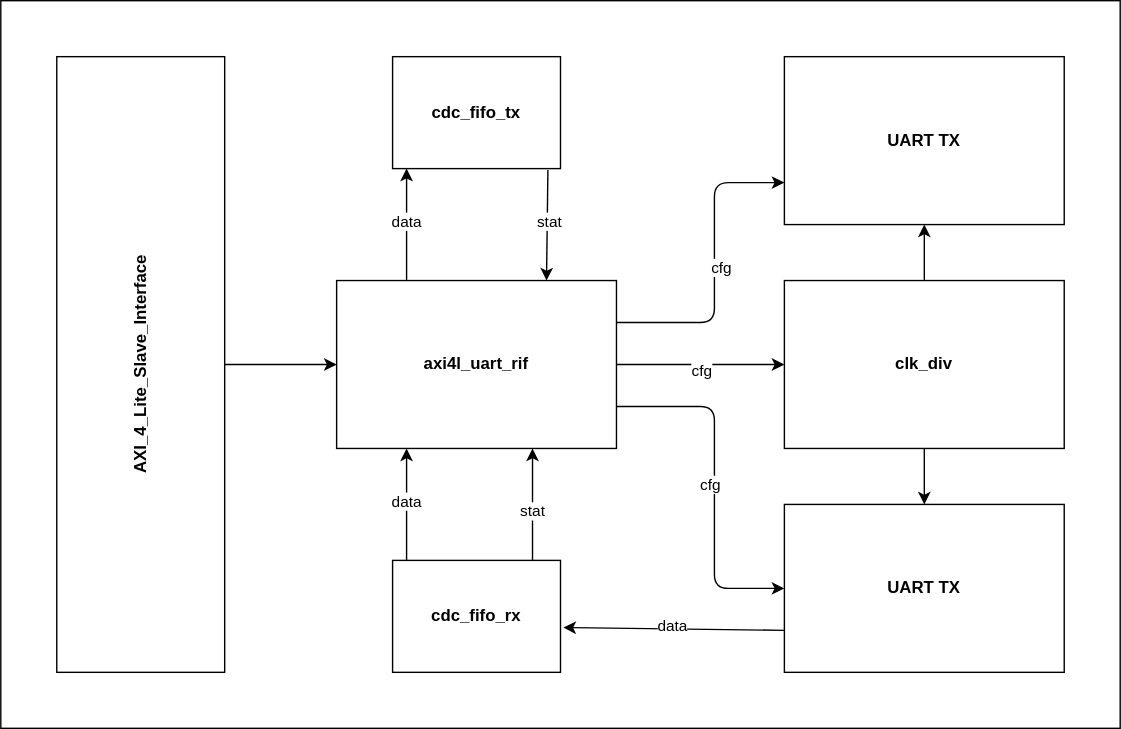
The draw.io diagram document/uart_subsystem_topview.svg in ADN-VLSI/SC-SoC, before a commit. Source tidied: cells renumbered, new cells last; positions are measured from the earlier drawing's top-left corner, leaving out a move shared by most shapes.
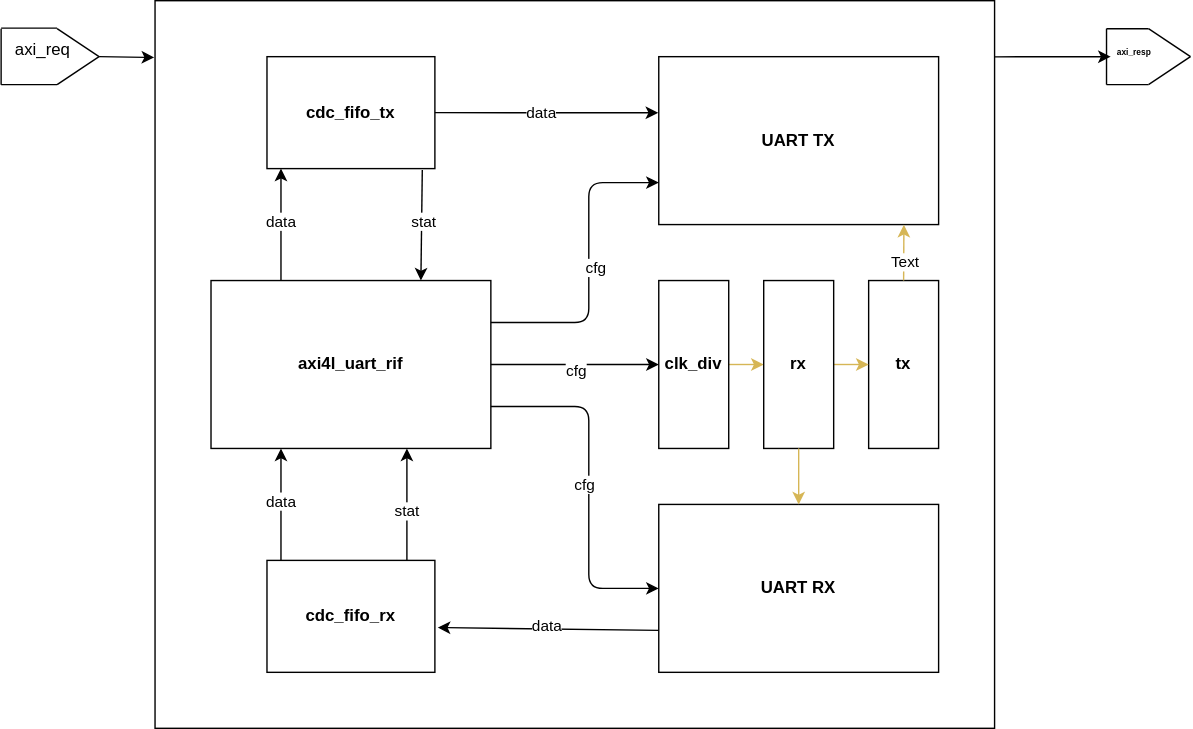
Above is the later version.

Diff of the diagram source:
```diff
@@ -2,15 +2,9 @@
   <root>
     <mxCell id="0" />
     <mxCell id="1" parent="0" />
-    <mxCell id="2" style="rounded=0;whiteSpace=wrap;html=1;" parent="1" vertex="1">
-      <mxGeometry width="800" height="520" as="geometry" />
-    </mxCell>
-    <mxCell id="3" style="edgeStyle=none;html=1;" parent="1" edge="1" source="4" target="5">
-      <mxGeometry relative="1" as="geometry" />
-    </mxCell>
-    <mxCell id="4" style="rounded=0;whiteSpace=wrap;html=1;direction=west;flipH=1;flipV=1;" parent="1" vertex="1">
-      <mxGeometry x="40" y="40" width="120" height="440" as="geometry" />
-    </mxCell>
+    <mxCell id="30" style="rounded=0;whiteSpace=wrap;html=1;" parent="1" vertex="1">
+      <mxGeometry x="200" width="600" height="520" as="geometry" />
+    </mxCell>
     <mxCell id="5" value="&lt;b&gt;axi4l_uart_rif&lt;/b&gt;" style="rounded=0;whiteSpace=wrap;html=1;" parent="1" vertex="1">
       <mxGeometry x="240" y="200" width="200" height="120" as="geometry" />
     </mxCell>
@@ -20,17 +14,17 @@
     <mxCell id="7" value="&lt;b&gt;UART TX&lt;/b&gt;" style="rounded=0;whiteSpace=wrap;html=1;" parent="1" vertex="1">
       <mxGeometry x="560" y="40" width="200" height="120" as="geometry" />
     </mxCell>
-    <mxCell id="8" value="&lt;b&gt;AXI_4_Lite_Slave_Interface&lt;/b&gt;" style="text;html=1;align=center;verticalAlign=middle;whiteSpace=wrap;rounded=0;rotation=270;" parent="1" vertex="1">
-      <mxGeometry x="70" y="245" width="60" height="30" as="geometry" />
-    </mxCell>
     <mxCell id="9" value="&lt;b&gt;cdc_fifo_rx&lt;/b&gt;" style="rounded=0;whiteSpace=wrap;html=1;direction=south;" parent="1" vertex="1">
       <mxGeometry x="280" y="400" width="120" height="80" as="geometry" />
     </mxCell>
-    <mxCell id="10" value="&lt;b&gt;UART TX&lt;/b&gt;" style="rounded=0;whiteSpace=wrap;html=1;" parent="1" vertex="1">
+    <mxCell id="10" value="&lt;b&gt;UART RX&lt;/b&gt;" style="rounded=0;whiteSpace=wrap;html=1;" parent="1" vertex="1">
       <mxGeometry x="560" y="360" width="200" height="120" as="geometry" />
     </mxCell>
+    <mxCell id="31" style="edgeStyle=none;html=1;fillColor=#fff2cc;strokeColor=#d6b656;" parent="1" edge="1" source="11" target="36">
+      <mxGeometry relative="1" as="geometry" />
+    </mxCell>
     <mxCell id="11" value="&lt;b&gt;clk_div&lt;/b&gt;" style="rounded=0;whiteSpace=wrap;html=1;" parent="1" vertex="1">
-      <mxGeometry x="560" y="200" width="200" height="120" as="geometry" />
+      <mxGeometry x="560" y="200" width="50" height="120" as="geometry" />
     </mxCell>
     <mxCell id="12" style="endArrow=classic;html=1;exitX=0.25;exitY=0;exitDx=0;exitDy=0;" parent="1" edge="1" source="5">
       <mxGeometry relative="1" as="geometry">
@@ -93,17 +87,118 @@
     <mxCell id="25" value="cfg" style="edgeLabel;html=1;align=center;verticalAlign=middle;" parent="24" vertex="1">
       <mxGeometry y="-4" relative="1" as="geometry" />
     </mxCell>
-    <mxCell id="26" style="endArrow=classic;html=1;entryX=0.5;entryY=0;entryDx=0;entryDy=0;exitX=0.5;exitY=1;exitDx=0;exitDy=0;" parent="1" edge="1" source="11" target="10">
-      <mxGeometry relative="1" as="geometry" />
-    </mxCell>
-    <mxCell id="27" style="endArrow=classic;html=1;exitX=0.5;exitY=0;exitDx=0;exitDy=0;entryX=0.5;entryY=1;entryDx=0;entryDy=0;" parent="1" edge="1" source="11" target="7">
-      <mxGeometry relative="1" as="geometry" />
-    </mxCell>
     <mxCell id="28" style="endArrow=classic;html=1;exitX=0;exitY=0.75;exitDx=0;exitDy=0;entryX=0.6;entryY=-0.017;entryDx=0;entryDy=0;entryPerimeter=0;" parent="1" edge="1" source="10" target="9">
       <mxGeometry relative="1" as="geometry" />
     </mxCell>
     <mxCell id="29" value="data" style="edgeLabel;html=1;align=center;verticalAlign=middle;" parent="28" vertex="1">
       <mxGeometry x="0.03" y="-2" relative="1" as="geometry" />
     </mxCell>
+    <mxCell id="32" style="endArrow=classic;html=1;exitX=0.5;exitY=0;exitDx=0;exitDy=0;entryX=-0.002;entryY=0.334;entryDx=0;entryDy=0;entryPerimeter=0;" parent="1" edge="1" source="6" target="7">
+      <mxGeometry relative="1" as="geometry" />
+    </mxCell>
+    <mxCell id="33" value="data" style="edgeLabel;html=1;align=center;verticalAlign=middle;" parent="32" vertex="1">
+      <mxGeometry x="-0.06" y="1" relative="1" as="geometry" />
+    </mxCell>
+    <mxCell id="34" value="&lt;b&gt;tx&lt;/b&gt;" style="rounded=0;whiteSpace=wrap;html=1;" parent="1" vertex="1">
+      <mxGeometry x="710" y="200" width="50" height="120" as="geometry" />
+    </mxCell>
+    <mxCell id="35" style="edgeStyle=none;html=1;fillColor=#fff2cc;strokeColor=#d6b656;" parent="1" edge="1" source="36" target="34">
+      <mxGeometry relative="1" as="geometry" />
+    </mxCell>
+    <mxCell id="36" value="&lt;b&gt;rx&lt;/b&gt;" style="rounded=0;whiteSpace=wrap;html=1;" parent="1" vertex="1">
+      <mxGeometry x="635" y="200" width="50" height="120" as="geometry" />
+    </mxCell>
+    <mxCell id="37" style="endArrow=classic;html=1;exitX=0.5;exitY=0;exitDx=0;exitDy=0;entryX=0.892;entryY=0.308;entryDx=0;entryDy=0;entryPerimeter=0;fillColor=#fff2cc;strokeColor=#d6b656;" parent="1" edge="1" source="34" target="30">
+      <mxGeometry relative="1" as="geometry" />
+    </mxCell>
+    <mxCell id="38" value="Text" style="edgeLabel;html=1;align=center;verticalAlign=middle;" parent="37" vertex="1">
+      <mxGeometry x="-0.3" relative="1" as="geometry" />
+    </mxCell>
+    <mxCell id="39" style="endArrow=classic;html=1;exitX=0.5;exitY=1;exitDx=0;exitDy=0;entryX=0.5;entryY=0;entryDx=0;entryDy=0;fillColor=#fff2cc;strokeColor=#d6b656;" parent="1" edge="1" source="36" target="10">
+      <mxGeometry relative="1" as="geometry" />
+    </mxCell>
+    <mxCell id="40" style="endArrow=classic;html=1;entryX=-0.001;entryY=0.078;entryDx=0;entryDy=0;entryPerimeter=0;" parent="1" edge="1" target="30">
+      <mxGeometry relative="1" as="geometry">
+        <mxPoint x="160" y="40" as="sourcePoint" />
+      </mxGeometry>
+    </mxCell>
+    <mxCell id="41" value="axi_req" style="text;html=1;align=center;verticalAlign=middle;whiteSpace=wrap;rounded=0;" parent="1" vertex="1">
+      <mxGeometry x="90" y="15" width="60" height="40" as="geometry" />
+    </mxCell>
+    <mxCell id="42" style="endArrow=none;html=1;exitX=0;exitY=1;exitDx=0;exitDy=0;entryX=0;entryY=0;entryDx=0;entryDy=0;" parent="1" edge="1">
+      <mxGeometry relative="1" as="geometry">
+        <mxPoint x="90" y="60" as="sourcePoint" />
+        <mxPoint x="90" y="20" as="targetPoint" />
+        <Array as="points">
+          <mxPoint x="90" y="40" />
+        </Array>
+      </mxGeometry>
+    </mxCell>
+    <mxCell id="43" style="endArrow=none;html=1;" parent="1" edge="1">
+      <mxGeometry relative="1" as="geometry">
+        <mxPoint x="130" y="20" as="sourcePoint" />
+        <mxPoint x="160" y="40" as="targetPoint" />
+      </mxGeometry>
+    </mxCell>
+    <mxCell id="44" style="endArrow=none;html=1;" parent="1" edge="1">
+      <mxGeometry relative="1" as="geometry">
+        <mxPoint x="130" y="60" as="sourcePoint" />
+        <mxPoint x="160" y="40" as="targetPoint" />
+      </mxGeometry>
+    </mxCell>
+    <mxCell id="45" style="endArrow=none;html=1;" parent="1" edge="1">
+      <mxGeometry relative="1" as="geometry">
+        <mxPoint x="90" y="19.6" as="sourcePoint" />
+        <mxPoint x="130" y="19.6" as="targetPoint" />
+      </mxGeometry>
+    </mxCell>
+    <mxCell id="46" style="endArrow=none;html=1;" parent="1" edge="1">
+      <mxGeometry relative="1" as="geometry">
+        <mxPoint x="90" y="60" as="sourcePoint" />
+        <mxPoint x="130" y="60" as="targetPoint" />
+      </mxGeometry>
+    </mxCell>
+    <mxCell id="47" style="endArrow=classic;html=1;exitX=0.995;exitY=0.106;exitDx=0;exitDy=0;exitPerimeter=0;" parent="1" edge="1">
+      <mxGeometry relative="1" as="geometry">
+        <mxPoint x="800" y="40.1" as="sourcePoint" />
+        <mxPoint x="883" y="40" as="targetPoint" />
+      </mxGeometry>
+    </mxCell>
+    <mxCell id="48" style="endArrow=none;html=1;" parent="1" edge="1">
+      <mxGeometry relative="1" as="geometry">
+        <mxPoint x="880" y="60" as="sourcePoint" />
+        <mxPoint x="880" y="20" as="targetPoint" />
+      </mxGeometry>
+    </mxCell>
+    <mxCell id="49" style="endArrow=none;html=1;" parent="1" edge="1">
+      <mxGeometry relative="1" as="geometry">
+        <mxPoint x="880" y="60" as="sourcePoint" />
+        <mxPoint x="910" y="60" as="targetPoint" />
+      </mxGeometry>
+    </mxCell>
+    <mxCell id="50" style="endArrow=none;html=1;" parent="1" edge="1">
+      <mxGeometry relative="1" as="geometry">
+        <mxPoint x="880" y="20" as="sourcePoint" />
+        <mxPoint x="910" y="20" as="targetPoint" />
+        <Array as="points">
+          <mxPoint x="890" y="20" />
+        </Array>
+      </mxGeometry>
+    </mxCell>
+    <mxCell id="51" style="endArrow=none;html=1;" parent="1" edge="1">
+      <mxGeometry relative="1" as="geometry">
+        <mxPoint x="910" y="60" as="sourcePoint" />
+        <mxPoint x="940" y="40" as="targetPoint" />
+      </mxGeometry>
+    </mxCell>
+    <mxCell id="52" style="endArrow=none;html=1;" parent="1" edge="1">
+      <mxGeometry relative="1" as="geometry">
+        <mxPoint x="910" y="20" as="sourcePoint" />
+        <mxPoint x="940" y="40" as="targetPoint" />
+      </mxGeometry>
+    </mxCell>
+    <mxCell id="53" value="&lt;font style=&quot;font-size: 6px;&quot;&gt;&lt;b&gt;axi_resp&lt;/b&gt;&lt;/font&gt;" style="text;html=1;align=center;verticalAlign=middle;whiteSpace=wrap;rounded=0;" parent="1" vertex="1">
+      <mxGeometry x="870" y="20" width="60" height="30" as="geometry" />
+    </mxCell>
   </root>
 </mxGraphModel>
```
